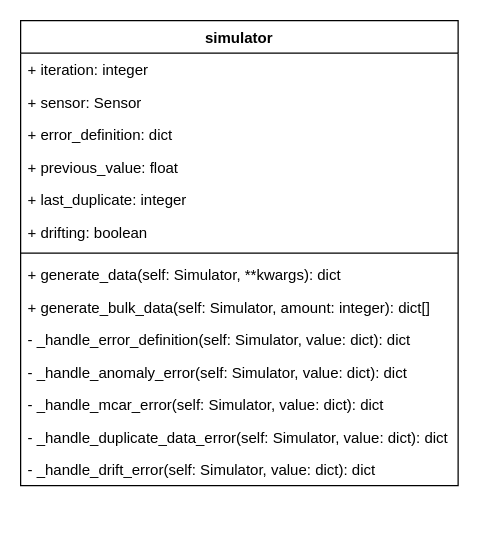
The draw.io diagram diagrams/simulator_class.drawio in phuonganhcorn/iot-sensor-data-simulator, before the edit. Source tidied: cells renumbered, new cells numbered last; positions are measured from the earlier drawing's top-left corner, leaving out a move shared by most shapes. Both pictures are drawn from the tidied source at 125%, with x=0, y=0 at pixel (20, 20).
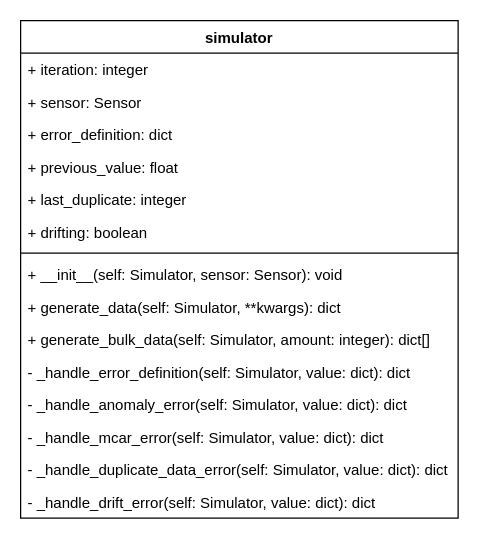
After the change.

What changed in the source:
```diff
@@
 <mxGraphModel>
   <root>
     <mxCell id="0" />
     <mxCell id="1" parent="0" />
     <mxCell id="2" value="simulator" style="swimlane;fontStyle=1;align=center;verticalAlign=top;horizontal=1;startSize=26;" parent="1" vertex="1">
-      <mxGeometry width="350" height="372" as="geometry" />
+      <mxGeometry width="350" height="398" as="geometry" />
     </mxCell>
     <mxCell id="3" value="+ iteration: integer" style="text;strokeColor=none;fillColor=none;align=left;verticalAlign=top;spacingLeft=4;spacingRight=4;overflow=hidden;" parent="2" vertex="1">
       <mxGeometry y="26" width="350" height="26" as="geometry" />
     </mxCell>
     <mxCell id="4" value="+ sensor: Sensor" style="text;strokeColor=none;fillColor=none;align=left;verticalAlign=top;spacingLeft=4;spacingRight=4;overflow=hidden;" parent="2" vertex="1">
       <mxGeometry y="52" width="350" height="26" as="geometry" />
     </mxCell>
     <mxCell id="5" value="+ error_definition: dict&#10;" style="text;strokeColor=none;fillColor=none;align=left;verticalAlign=top;spacingLeft=4;spacingRight=4;overflow=hidden;" parent="2" vertex="1">
       <mxGeometry y="78" width="350" height="26" as="geometry" />
     </mxCell>
     <mxCell id="6" value="+ previous_value: float" style="text;strokeColor=none;fillColor=none;align=left;verticalAlign=top;spacingLeft=4;spacingRight=4;overflow=hidden;" parent="2" vertex="1">
       <mxGeometry y="104" width="350" height="26" as="geometry" />
     </mxCell>
     <mxCell id="7" value="+ last_duplicate: integer" style="text;strokeColor=none;fillColor=none;align=left;verticalAlign=top;spacingLeft=4;spacingRight=4;overflow=hidden;" parent="2" vertex="1">
       <mxGeometry y="130" width="350" height="26" as="geometry" />
     </mxCell>
     <mxCell id="8" value="+ drifting: boolean" style="text;strokeColor=none;fillColor=none;align=left;verticalAlign=top;spacingLeft=4;spacingRight=4;overflow=hidden;" parent="2" vertex="1">
       <mxGeometry y="156" width="350" height="26" as="geometry" />
     </mxCell>
     <mxCell id="9" style="line;strokeWidth=1;fillColor=none;align=left;verticalAlign=middle;spacingTop=-1;spacingLeft=3;spacingRight=3;labelPosition=right;strokeColor=inherit;" parent="2" vertex="1">
       <mxGeometry y="182" width="350" height="8" as="geometry" />
     </mxCell>
+    <mxCell id="17" value="+ __init__(self: Simulator, sensor: Sensor): void" style="text;strokeColor=none;fillColor=none;align=left;verticalAlign=top;spacingLeft=4;spacingRight=4;overflow=hidden;" parent="2" vertex="1">
+      <mxGeometry y="190" width="350" height="26" as="geometry" />
+    </mxCell>
     <mxCell id="10" value="+ generate_data(self: Simulator, **kwargs): dict" style="text;strokeColor=none;fillColor=none;align=left;verticalAlign=top;spacingLeft=4;spacingRight=4;overflow=hidden;" parent="2" vertex="1">
-      <mxGeometry y="190" width="350" height="26" as="geometry" />
+      <mxGeometry y="216" width="350" height="26" as="geometry" />
     </mxCell>
     <mxCell id="11" value="+ generate_bulk_data(self: Simulator, amount: integer): dict[]" style="text;strokeColor=none;fillColor=none;align=left;verticalAlign=top;spacingLeft=4;spacingRight=4;overflow=hidden;" parent="2" vertex="1">
-      <mxGeometry y="216" width="350" height="26" as="geometry" />
+      <mxGeometry y="242" width="350" height="26" as="geometry" />
     </mxCell>
     <mxCell id="12" value="- _handle_error_definition(self: Simulator, value: dict): dict&#10;&#10;" style="text;strokeColor=none;fillColor=none;align=left;verticalAlign=top;spacingLeft=4;spacingRight=4;overflow=hidden;" parent="2" vertex="1">
-      <mxGeometry y="242" width="350" height="26" as="geometry" />
+      <mxGeometry y="268" width="350" height="26" as="geometry" />
     </mxCell>
     <mxCell id="13" value="- _handle_anomaly_error(self: Simulator, value: dict): dict" style="text;strokeColor=none;fillColor=none;align=left;verticalAlign=top;spacingLeft=4;spacingRight=4;overflow=hidden;" parent="2" vertex="1">
-      <mxGeometry y="268" width="350" height="26" as="geometry" />
+      <mxGeometry y="294" width="350" height="26" as="geometry" />
     </mxCell>
     <mxCell id="14" value="- _handle_mcar_error(self: Simulator, value: dict): dict" style="text;strokeColor=none;fillColor=none;align=left;verticalAlign=top;spacingLeft=4;spacingRight=4;overflow=hidden;" parent="2" vertex="1">
-      <mxGeometry y="294" width="350" height="26" as="geometry" />
+      <mxGeometry y="320" width="350" height="26" as="geometry" />
     </mxCell>
     <mxCell id="15" value="- _handle_duplicate_data_error(self: Simulator, value: dict): dict&#10;&#10;" style="text;strokeColor=none;fillColor=none;align=left;verticalAlign=top;spacingLeft=4;spacingRight=4;overflow=hidden;" parent="2" vertex="1">
-      <mxGeometry y="320" width="350" height="26" as="geometry" />
+      <mxGeometry y="346" width="350" height="26" as="geometry" />
     </mxCell>
     <mxCell id="16" value="- _handle_drift_error(self: Simulator, value: dict): dict" style="text;strokeColor=none;fillColor=none;align=left;verticalAlign=top;spacingLeft=4;spacingRight=4;overflow=hidden;" parent="2" vertex="1">
-      <mxGeometry y="346" width="350" height="26" as="geometry" />
+      <mxGeometry y="372" width="350" height="26" as="geometry" />
     </mxCell>
   </root>
 </mxGraphModel>
```
